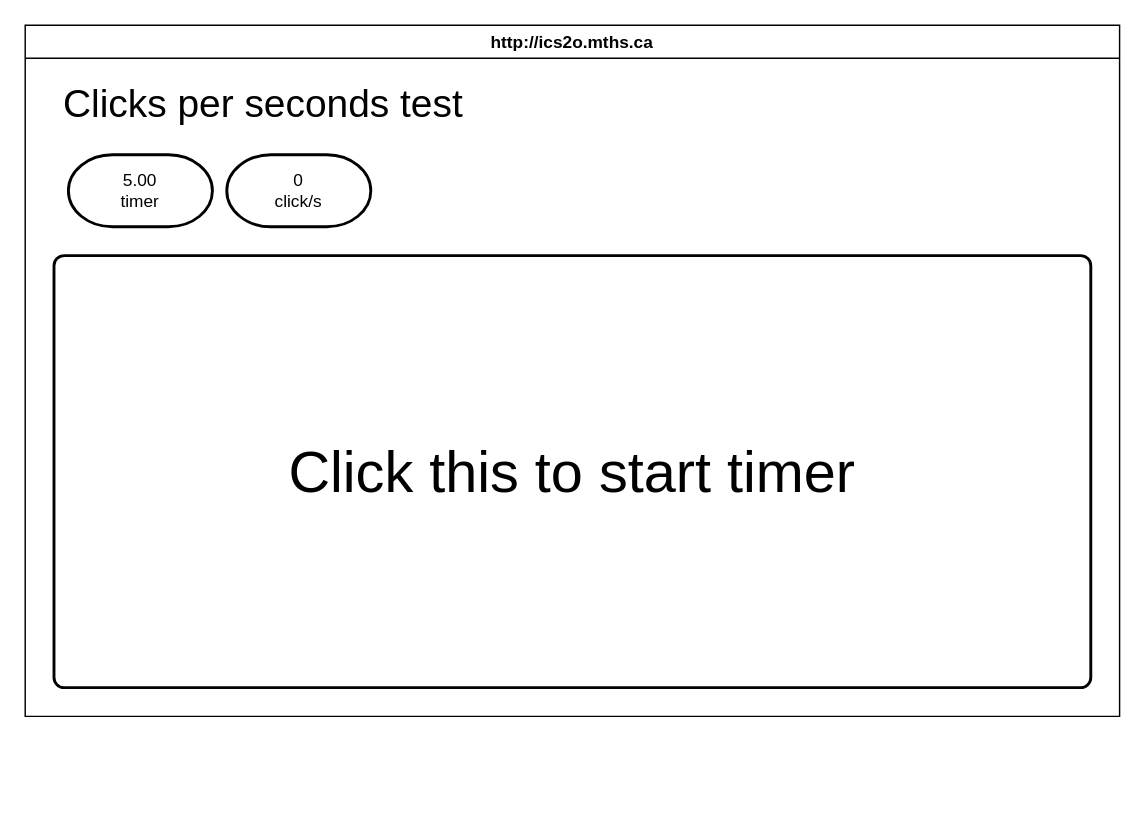
Before: design/storyboard.drawio in Domenic-dangelo/ICD2O-Final-Project-domenic.dangelo, a draw.io diagram. Source tidied: cells renumbered, new cells numbered last; positions are measured from the earlier drawing's top-left corner, leaving out a move shared by most shapes. Both pictures are drawn from the tidied source at 144%, with x=0, y=0 at pixel (24, 24). Pictures stored in the file or linked from it are replaced by grey dashed boxes.
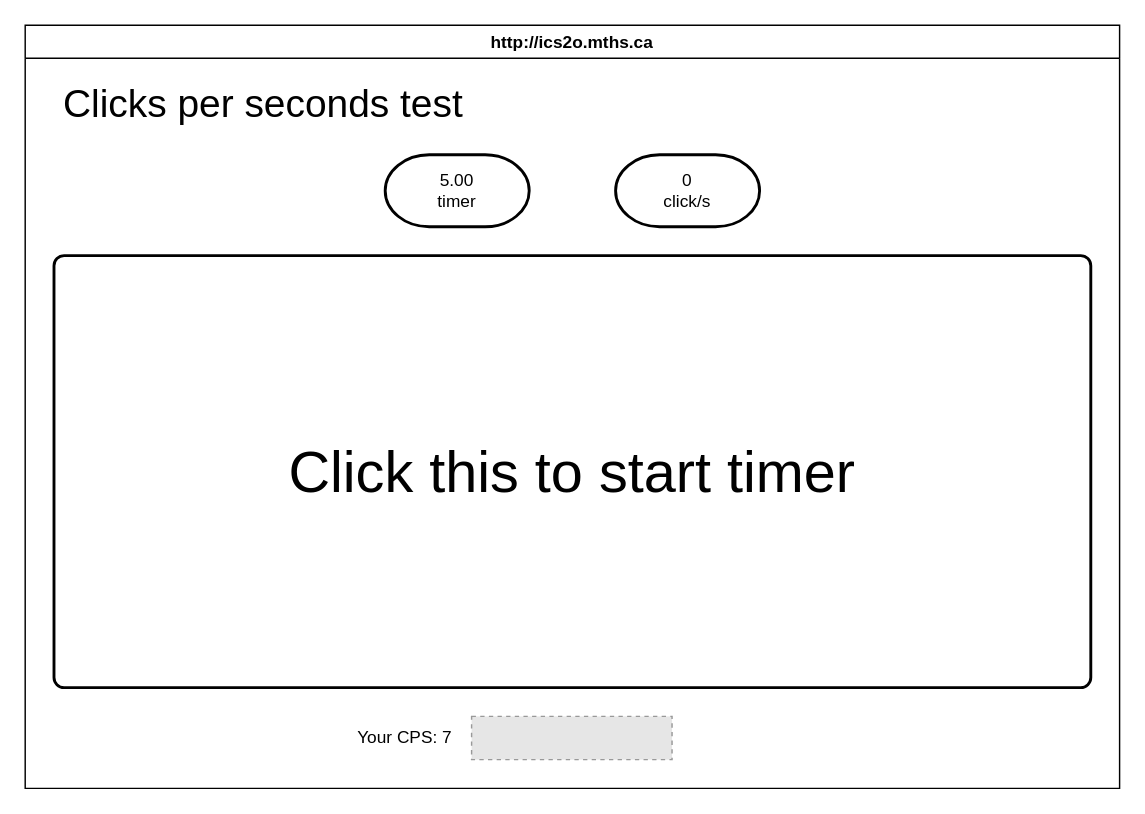
After the change.

Commit message (it also covers changes not shown here):
flowchart and storyboard edits

Diff of the diagram source:
```diff
@@
 <mxGraphModel>
   <root>
     <mxCell id="0" />
     <mxCell id="1" parent="0" />
     <mxCell id="2" value="http://ics2o.mths.ca" style="swimlane;whiteSpace=wrap;html=1;" parent="1" vertex="1">
-      <mxGeometry width="760" height="480" as="geometry" />
+      <mxGeometry width="760" height="530" as="geometry" />
     </mxCell>
     <mxCell id="3" value="&lt;font style=&quot;font-size: 40px;&quot;&gt;Click this to start timer&lt;/font&gt;" style="rounded=1;whiteSpace=wrap;html=1;absoluteArcSize=1;arcSize=14;strokeWidth=2;" parent="2" vertex="1">
       <mxGeometry x="20" y="160" width="720" height="300" as="geometry" />
     </mxCell>
     <mxCell id="4" value="&lt;font style=&quot;font-size: 27px;&quot;&gt;Clicks per seconds test&lt;/font&gt;" style="text;html=1;align=center;verticalAlign=middle;strokeColor=none;fillColor=none;" parent="2" vertex="1">
       <mxGeometry x="10" y="30" width="310" height="50" as="geometry" />
     </mxCell>
     <mxCell id="5" value="5.00&lt;div&gt;timer&lt;/div&gt;" style="strokeWidth=2;html=1;shape=mxgraph.flowchart.terminator;whiteSpace=wrap;" parent="2" vertex="1">
-      <mxGeometry x="30" y="90" width="100" height="50" as="geometry" />
+      <mxGeometry x="250" y="90" width="100" height="50" as="geometry" />
     </mxCell>
     <mxCell id="6" value="0&lt;div&gt;click/s&lt;/div&gt;" style="strokeWidth=2;html=1;shape=mxgraph.flowchart.terminator;whiteSpace=wrap;" parent="2" vertex="1">
-      <mxGeometry x="140" y="90" width="100" height="50" as="geometry" />
+      <mxGeometry x="410" y="90" width="100" height="50" as="geometry" />
     </mxCell>
+    <mxCell id="7" value="Your CPS: 7&amp;nbsp;" style="text;html=1;align=center;verticalAlign=middle;strokeColor=none;fillColor=none;" parent="2" vertex="1">
+      <mxGeometry x="220" y="480" width="90" height="30" as="geometry" />
+    </mxCell>
+    <mxCell id="8" style="fillColor=#E6E6E6;strokeColor=#999999;dashed=1;verticalLabelPosition=bottom;labelBackgroundColor=default;verticalAlign=top;" parent="2" vertex="1">
+      <mxGeometry x="310" y="480" width="139.2" height="30" as="geometry" />
+    </mxCell>
   </root>
 </mxGraphModel>
```
